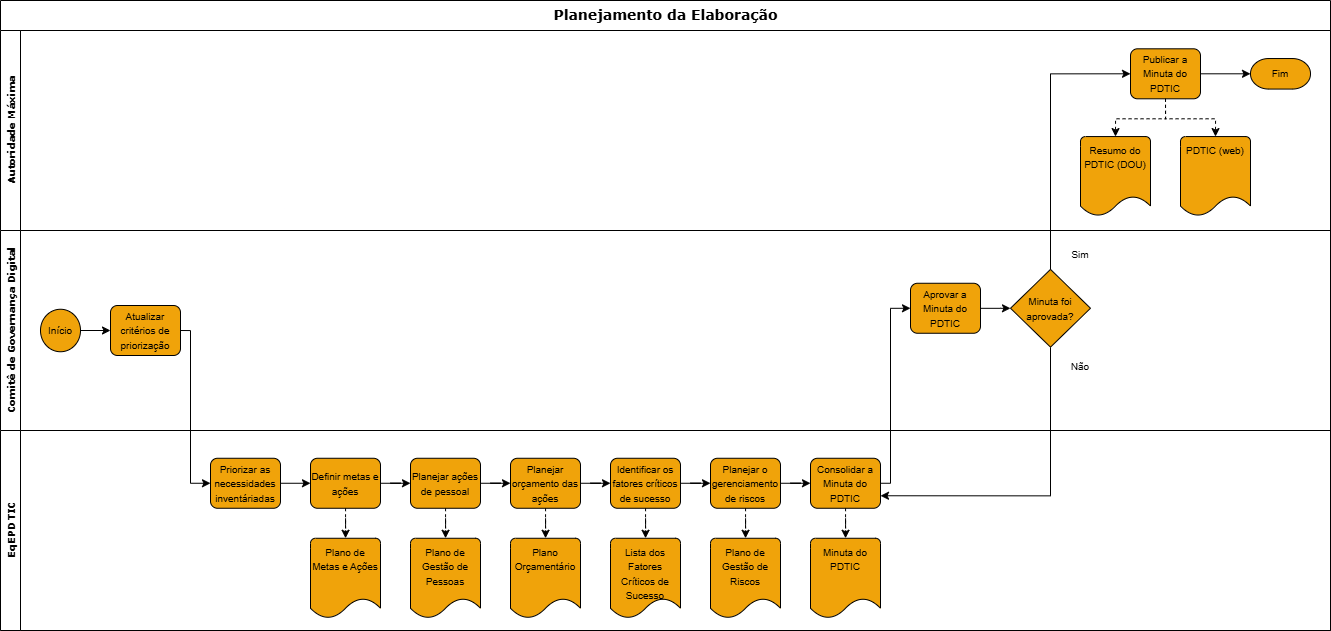
Bariand/diagramas-gestao-ufpel keeps this draw.io diagram as fluxo_elaboracao.drawio.png. Above is the earlier version. Source tidied: cells renumbered, new cells last; positions are measured from the earlier drawing's top-left corner, leaving out a move shared by most shapes.
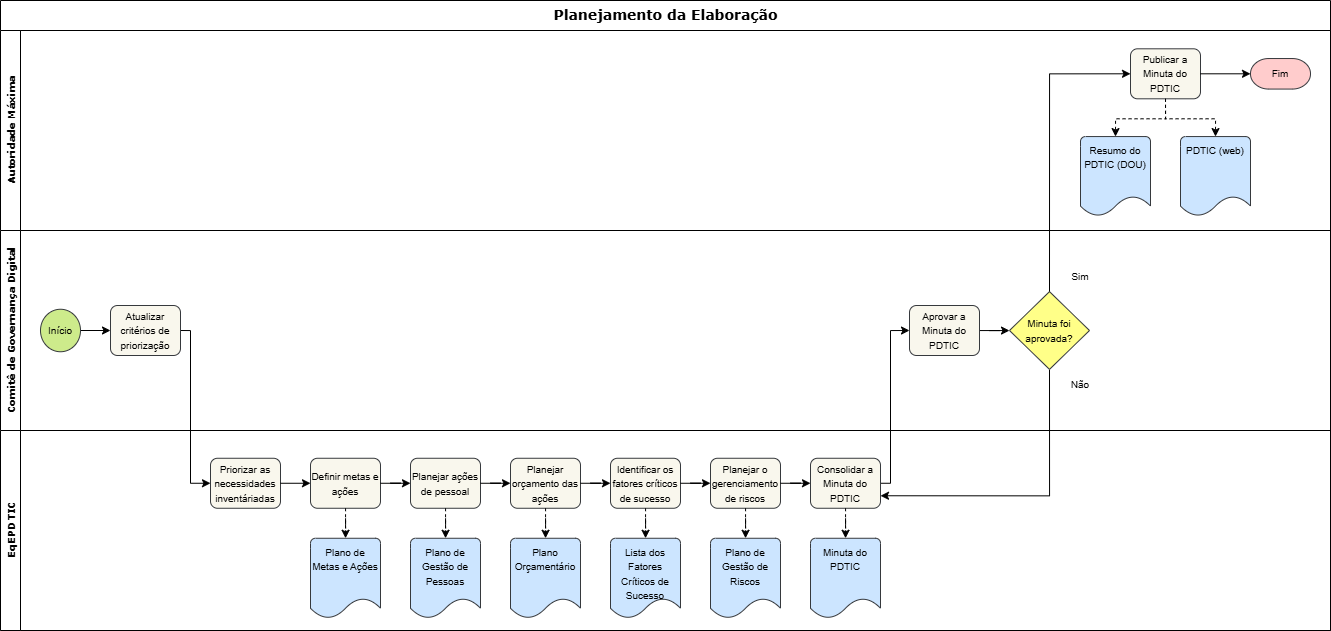
Later version of the same file.

Change to the diagram source:
```diff
@@ -23,16 +23,16 @@
         <mxPoint x="1230" y="38" as="sourcePoint" />
       </mxGeometry>
     </mxCell>
-    <mxCell id="7" value="&lt;font style=&quot;font-size: 10px;&quot;&gt;Publicar a Minuta do PDTIC&lt;/font&gt;" style="rounded=1;whiteSpace=wrap;html=1;absoluteArcSize=1;arcSize=14;strokeWidth=1;fillColor=light-dark(#F0A30A,#99CCFF);strokeColor=light-dark(#000000,#000000);swimlaneLine=1;shadow=0;fontColor=light-dark(#000000,#000000);" parent="3" vertex="1">
+    <mxCell id="7" value="&lt;font style=&quot;font-size: 10px;&quot;&gt;Publicar a Minuta do PDTIC&lt;/font&gt;" style="rounded=1;whiteSpace=wrap;html=1;absoluteArcSize=1;arcSize=14;strokeWidth=1;fillColor=#f9f7ed;strokeColor=#36393d;swimlaneLine=1;shadow=0;" parent="3" vertex="1">
       <mxGeometry x="1130" y="18.3" width="70" height="50" as="geometry" />
     </mxCell>
-    <mxCell id="8" value="&lt;font style=&quot;font-size: 10px;&quot;&gt;Resumo do PDTIC (DOU)&lt;/font&gt;" style="strokeWidth=1;html=1;shape=mxgraph.flowchart.document2;whiteSpace=wrap;size=0.25;verticalAlign=top;fillColor=light-dark(#F0A30A,#E5CCFF);strokeColor=light-dark(#000000,#000000);swimlaneLine=1;shadow=0;fontColor=light-dark(#000000,#000000);" parent="3" vertex="1">
+    <mxCell id="8" value="&lt;font style=&quot;font-size: 10px;&quot;&gt;Resumo do PDTIC (DOU)&lt;/font&gt;" style="strokeWidth=1;html=1;shape=mxgraph.flowchart.document2;whiteSpace=wrap;size=0.25;verticalAlign=top;fillColor=#cce5ff;strokeColor=#36393d;swimlaneLine=1;shadow=0;" parent="3" vertex="1">
       <mxGeometry x="1080" y="106.1" width="70" height="79.5" as="geometry" />
     </mxCell>
-    <mxCell id="9" value="&lt;font style=&quot;font-size: 10px;&quot;&gt;PDTIC (web)&lt;/font&gt;" style="strokeWidth=1;html=1;shape=mxgraph.flowchart.document2;whiteSpace=wrap;size=0.25;verticalAlign=top;fillColor=light-dark(#F0A30A,#E5CCFF);strokeColor=light-dark(#000000,#000000);swimlaneLine=1;shadow=0;fontColor=light-dark(#000000,#000000);" parent="3" vertex="1">
+    <mxCell id="9" value="&lt;font style=&quot;font-size: 10px;&quot;&gt;PDTIC (web)&lt;/font&gt;" style="strokeWidth=1;html=1;shape=mxgraph.flowchart.document2;whiteSpace=wrap;size=0.25;verticalAlign=top;fillColor=#cce5ff;strokeColor=#36393d;swimlaneLine=1;shadow=0;" parent="3" vertex="1">
       <mxGeometry x="1180" y="106.1" width="70" height="79.5" as="geometry" />
     </mxCell>
-    <mxCell id="10" value="&lt;font style=&quot;font-size: 10px;&quot;&gt;Fim&lt;/font&gt;" style="strokeWidth=1;html=1;shape=mxgraph.flowchart.terminator;whiteSpace=wrap;fillColor=light-dark(#F0A30A,#FF6666);strokeColor=light-dark(#000000,#000000);swimlaneLine=1;shadow=0;fontColor=light-dark(#000000,#000000);" parent="3" vertex="1">
+    <mxCell id="10" value="&lt;font style=&quot;font-size: 10px;&quot;&gt;Fim&lt;/font&gt;" style="strokeWidth=1;html=1;shape=mxgraph.flowchart.terminator;whiteSpace=wrap;fillColor=#ffcccc;strokeColor=#36393d;swimlaneLine=1;shadow=0;" parent="3" vertex="1">
       <mxGeometry x="1250" y="28" width="60" height="30.5" as="geometry" />
     </mxCell>
     <mxCell id="11" style="edgeStyle=orthogonalEdgeStyle;rounded=0;jettySize=auto;html=1;exitX=0.5;exitY=1;exitDx=0;exitDy=0;entryX=0.5;entryY=0;entryDx=0;entryDy=0;entryPerimeter=0;strokeWidth=1;fillColor=#f0a30a;strokeColor=light-dark(#000000,#000000);swimlaneLine=1;shadow=0;fontColor=light-dark(#000000,#000000);dashed=1;" parent="3" edge="1" source="7" target="8">
@@ -55,7 +55,7 @@
     <mxCell id="16" style="edgeStyle=orthogonalEdgeStyle;rounded=0;jettySize=auto;html=1;exitX=1;exitY=0.5;exitDx=0;exitDy=0;exitPerimeter=0;entryX=0;entryY=0.5;entryDx=0;entryDy=0;strokeWidth=1;fillColor=#f0a30a;strokeColor=light-dark(#000000,#000000);swimlaneLine=1;shadow=0;fontColor=light-dark(#000000,#000000);" parent="14" edge="1" source="17" target="19">
       <mxGeometry relative="1" as="geometry" />
     </mxCell>
-    <mxCell id="17" value="&lt;font style=&quot;font-size: 10px;&quot;&gt;Início&lt;/font&gt;" style="strokeWidth=1;html=1;shape=mxgraph.flowchart.start_2;whiteSpace=wrap;fillColor=light-dark(#F0A30A,#B3FF66);strokeColor=light-dark(#000000,#000000);swimlaneLine=1;shadow=0;fontColor=light-dark(#000000,#000000);" parent="14" vertex="1">
+    <mxCell id="17" value="&lt;font style=&quot;font-size: 10px;&quot;&gt;Início&lt;/font&gt;" style="strokeWidth=1;html=1;shape=mxgraph.flowchart.start_2;whiteSpace=wrap;fillColor=#cdeb8b;strokeColor=#36393d;swimlaneLine=1;shadow=0;" parent="14" vertex="1">
       <mxGeometry x="40" y="78.8" width="40" height="42.5" as="geometry" />
     </mxCell>
     <mxCell id="18" style="edgeStyle=orthogonalEdgeStyle;rounded=0;jettySize=auto;html=1;exitX=1;exitY=0.5;exitDx=0;exitDy=0;entryX=0;entryY=0.5;entryDx=0;entryDy=0;strokeWidth=1;fillColor=#f0a30a;strokeColor=light-dark(#000000,#000000);swimlaneLine=1;shadow=0;fontColor=light-dark(#000000,#000000);" parent="14" edge="1" source="19" target="20">
@@ -66,67 +66,67 @@
         </Array>
       </mxGeometry>
     </mxCell>
-    <mxCell id="19" value="&lt;font style=&quot;font-size: 10px;&quot;&gt;Atualizar critérios de priorização&lt;/font&gt;" style="rounded=1;whiteSpace=wrap;html=1;absoluteArcSize=1;arcSize=14;strokeWidth=1;fillColor=light-dark(#F0A30A,#99CCFF);strokeColor=light-dark(#000000,#000000);swimlaneLine=1;shadow=0;fontColor=light-dark(#000000,#000000);" parent="14" vertex="1">
+    <mxCell id="19" value="&lt;font style=&quot;font-size: 10px;&quot;&gt;Atualizar critérios de priorização&lt;/font&gt;" style="rounded=1;whiteSpace=wrap;html=1;absoluteArcSize=1;arcSize=14;strokeWidth=1;fillColor=#f9f7ed;strokeColor=#36393d;swimlaneLine=1;shadow=0;" parent="14" vertex="1">
       <mxGeometry x="110" y="75" width="70" height="50" as="geometry" />
     </mxCell>
-    <mxCell id="20" value="&lt;font style=&quot;font-size: 10px;&quot;&gt;Priorizar as necessidades inventáriadas&lt;/font&gt;" style="rounded=1;whiteSpace=wrap;html=1;absoluteArcSize=1;arcSize=14;strokeWidth=1;fillColor=light-dark(#F0A30A,#99CCFF);strokeColor=light-dark(#000000,#000000);swimlaneLine=1;shadow=0;fontColor=light-dark(#000000,#000000);" parent="14" vertex="1">
+    <mxCell id="20" value="&lt;font style=&quot;font-size: 10px;&quot;&gt;Priorizar as necessidades inventáriadas&lt;/font&gt;" style="rounded=1;whiteSpace=wrap;html=1;absoluteArcSize=1;arcSize=14;strokeWidth=1;fillColor=#f9f7ed;strokeColor=#36393d;swimlaneLine=1;shadow=0;" parent="14" vertex="1">
       <mxGeometry x="210" y="227.8" width="70" height="50" as="geometry" />
     </mxCell>
-    <mxCell id="21" value="&lt;font style=&quot;font-size: 10px;&quot;&gt;Definir metas e ações&lt;/font&gt;" style="rounded=1;whiteSpace=wrap;html=1;absoluteArcSize=1;arcSize=14;strokeWidth=1;fillColor=light-dark(#F0A30A,#99CCFF);strokeColor=light-dark(#000000,#000000);swimlaneLine=1;shadow=0;fontColor=light-dark(#000000,#000000);" parent="14" vertex="1">
+    <mxCell id="21" value="&lt;font style=&quot;font-size: 10px;&quot;&gt;Definir metas e ações&lt;/font&gt;" style="rounded=1;whiteSpace=wrap;html=1;absoluteArcSize=1;arcSize=14;strokeWidth=1;fillColor=#f9f7ed;strokeColor=#36393d;swimlaneLine=1;shadow=0;" parent="14" vertex="1">
       <mxGeometry x="310" y="227.8" width="70" height="50" as="geometry" />
     </mxCell>
-    <mxCell id="22" value="&lt;font style=&quot;font-size: 10px;&quot;&gt;Plano de Metas e Ações&lt;/font&gt;" style="strokeWidth=1;html=1;shape=mxgraph.flowchart.document2;whiteSpace=wrap;size=0.25;verticalAlign=top;fillColor=light-dark(#F0A30A,#E5CCFF);strokeColor=light-dark(#000000,#000000);swimlaneLine=1;shadow=0;fontColor=light-dark(#000000,#000000);" parent="14" vertex="1">
+    <mxCell id="22" value="&lt;font style=&quot;font-size: 10px;&quot;&gt;Plano de Metas e Ações&lt;/font&gt;" style="strokeWidth=1;html=1;shape=mxgraph.flowchart.document2;whiteSpace=wrap;size=0.25;verticalAlign=top;fillColor=#cce5ff;strokeColor=#36393d;swimlaneLine=1;shadow=0;" parent="14" vertex="1">
       <mxGeometry x="310" y="307.8" width="70" height="80" as="geometry" />
     </mxCell>
-    <mxCell id="23" value="&lt;font style=&quot;font-size: 10px;&quot;&gt;Planejar ações de pessoal&lt;/font&gt;" style="rounded=1;whiteSpace=wrap;html=1;absoluteArcSize=1;arcSize=14;strokeWidth=1;fillColor=light-dark(#F0A30A,#99CCFF);strokeColor=light-dark(#000000,#000000);swimlaneLine=1;shadow=0;fontColor=light-dark(#000000,#000000);" parent="14" vertex="1">
+    <mxCell id="23" value="&lt;font style=&quot;font-size: 10px;&quot;&gt;Planejar ações de pessoal&lt;/font&gt;" style="rounded=1;whiteSpace=wrap;html=1;absoluteArcSize=1;arcSize=14;strokeWidth=1;fillColor=#f9f7ed;strokeColor=#36393d;swimlaneLine=1;shadow=0;" parent="14" vertex="1">
       <mxGeometry x="410" y="227.8" width="70" height="50" as="geometry" />
     </mxCell>
-    <mxCell id="24" value="&lt;font style=&quot;font-size: 10px;&quot;&gt;Plano de Gestão de Pessoas&lt;/font&gt;" style="strokeWidth=1;html=1;shape=mxgraph.flowchart.document2;whiteSpace=wrap;size=0.25;verticalAlign=top;fillColor=light-dark(#F0A30A,#E5CCFF);strokeColor=light-dark(#000000,#000000);swimlaneLine=1;shadow=0;fontColor=light-dark(#000000,#000000);" parent="14" vertex="1">
+    <mxCell id="24" value="&lt;font style=&quot;font-size: 10px;&quot;&gt;Plano de Gestão de Pessoas&lt;/font&gt;" style="strokeWidth=1;html=1;shape=mxgraph.flowchart.document2;whiteSpace=wrap;size=0.25;verticalAlign=top;fillColor=#cce5ff;strokeColor=#36393d;swimlaneLine=1;shadow=0;" parent="14" vertex="1">
       <mxGeometry x="410" y="307.8" width="70" height="80" as="geometry" />
     </mxCell>
-    <mxCell id="25" value="&lt;font style=&quot;font-size: 10px;&quot;&gt;Planejar orçamento das ações&lt;/font&gt;" style="rounded=1;whiteSpace=wrap;html=1;absoluteArcSize=1;arcSize=14;strokeWidth=1;fillColor=light-dark(#F0A30A,#99CCFF);strokeColor=light-dark(#000000,#000000);swimlaneLine=1;shadow=0;fontColor=light-dark(#000000,#000000);" parent="14" vertex="1">
+    <mxCell id="25" value="&lt;font style=&quot;font-size: 10px;&quot;&gt;Planejar orçamento das ações&lt;/font&gt;" style="rounded=1;whiteSpace=wrap;html=1;absoluteArcSize=1;arcSize=14;strokeWidth=1;fillColor=#f9f7ed;strokeColor=#36393d;swimlaneLine=1;shadow=0;" parent="14" vertex="1">
       <mxGeometry x="510" y="227.8" width="70" height="50" as="geometry" />
     </mxCell>
-    <mxCell id="26" value="&lt;font style=&quot;font-size: 10px;&quot;&gt;Plano Orçamentário&lt;/font&gt;" style="strokeWidth=1;html=1;shape=mxgraph.flowchart.document2;whiteSpace=wrap;size=0.25;verticalAlign=top;fillColor=light-dark(#F0A30A,#E5CCFF);strokeColor=light-dark(#000000,#000000);swimlaneLine=1;shadow=0;fontColor=light-dark(#000000,#000000);" parent="14" vertex="1">
+    <mxCell id="26" value="&lt;font style=&quot;font-size: 10px;&quot;&gt;Plano Orçamentário&lt;/font&gt;" style="strokeWidth=1;html=1;shape=mxgraph.flowchart.document2;whiteSpace=wrap;size=0.25;verticalAlign=top;fillColor=#cce5ff;strokeColor=#36393d;swimlaneLine=1;shadow=0;" parent="14" vertex="1">
       <mxGeometry x="510" y="307.8" width="70" height="80" as="geometry" />
     </mxCell>
-    <mxCell id="27" value="&lt;font style=&quot;font-size: 10px;&quot;&gt;Lista dos Fatores Críticos de Sucesso&lt;/font&gt;" style="strokeWidth=1;html=1;shape=mxgraph.flowchart.document2;whiteSpace=wrap;size=0.25;verticalAlign=top;fillColor=light-dark(#F0A30A,#E5CCFF);strokeColor=light-dark(#000000,#000000);swimlaneLine=1;shadow=0;fontColor=light-dark(#000000,#000000);" parent="14" vertex="1">
+    <mxCell id="27" value="&lt;font style=&quot;font-size: 10px;&quot;&gt;Lista dos Fatores Críticos de Sucesso&lt;/font&gt;" style="strokeWidth=1;html=1;shape=mxgraph.flowchart.document2;whiteSpace=wrap;size=0.25;verticalAlign=top;fillColor=#cce5ff;strokeColor=#36393d;swimlaneLine=1;shadow=0;" parent="14" vertex="1">
       <mxGeometry x="610" y="307.8" width="70" height="80" as="geometry" />
     </mxCell>
-    <mxCell id="28" value="&lt;font style=&quot;font-size: 10px;&quot;&gt;Identificar os fatores críticos de sucesso&lt;/font&gt;" style="rounded=1;whiteSpace=wrap;html=1;absoluteArcSize=1;arcSize=14;strokeWidth=1;fillColor=light-dark(#F0A30A,#99CCFF);strokeColor=light-dark(#000000,#000000);swimlaneLine=1;shadow=0;fontColor=light-dark(#000000,#000000);" parent="14" vertex="1">
+    <mxCell id="28" value="&lt;font style=&quot;font-size: 10px;&quot;&gt;Identificar os fatores críticos de sucesso&lt;/font&gt;" style="rounded=1;whiteSpace=wrap;html=1;absoluteArcSize=1;arcSize=14;strokeWidth=1;fillColor=#f9f7ed;strokeColor=#36393d;swimlaneLine=1;shadow=0;" parent="14" vertex="1">
       <mxGeometry x="610" y="227.8" width="70" height="50" as="geometry" />
     </mxCell>
-    <mxCell id="29" value="&lt;font style=&quot;font-size: 10px;&quot;&gt;Planejar o gerenciamento de riscos&lt;/font&gt;" style="rounded=1;whiteSpace=wrap;html=1;absoluteArcSize=1;arcSize=14;strokeWidth=1;fillColor=light-dark(#F0A30A,#99CCFF);strokeColor=light-dark(#000000,#000000);swimlaneLine=1;shadow=0;fontColor=light-dark(#000000,#000000);" parent="14" vertex="1">
+    <mxCell id="29" value="&lt;font style=&quot;font-size: 10px;&quot;&gt;Planejar o gerenciamento de riscos&lt;/font&gt;" style="rounded=1;whiteSpace=wrap;html=1;absoluteArcSize=1;arcSize=14;strokeWidth=1;fillColor=#f9f7ed;strokeColor=#36393d;swimlaneLine=1;shadow=0;" parent="14" vertex="1">
       <mxGeometry x="710" y="227.8" width="70" height="50" as="geometry" />
     </mxCell>
-    <mxCell id="30" value="&lt;font style=&quot;font-size: 10px;&quot;&gt;Plano de Gestão de Riscos&lt;/font&gt;" style="strokeWidth=1;html=1;shape=mxgraph.flowchart.document2;whiteSpace=wrap;size=0.25;verticalAlign=top;fillColor=light-dark(#F0A30A,#E5CCFF);strokeColor=light-dark(#000000,#000000);swimlaneLine=1;shadow=0;fontColor=light-dark(#000000,#000000);" parent="14" vertex="1">
+    <mxCell id="30" value="&lt;font style=&quot;font-size: 10px;&quot;&gt;Plano de Gestão de Riscos&lt;/font&gt;" style="strokeWidth=1;html=1;shape=mxgraph.flowchart.document2;whiteSpace=wrap;size=0.25;verticalAlign=top;fillColor=#cce5ff;strokeColor=#36393d;swimlaneLine=1;shadow=0;" parent="14" vertex="1">
       <mxGeometry x="710" y="307.8" width="70" height="80" as="geometry" />
     </mxCell>
-    <mxCell id="31" value="&lt;font style=&quot;font-size: 10px;&quot;&gt;Minuta do PDTIC&lt;/font&gt;" style="strokeWidth=1;html=1;shape=mxgraph.flowchart.document2;whiteSpace=wrap;size=0.25;verticalAlign=top;fillColor=light-dark(#F0A30A,#E5CCFF);strokeColor=light-dark(#000000,#000000);swimlaneLine=1;shadow=0;fontColor=light-dark(#000000,#000000);" parent="14" vertex="1">
+    <mxCell id="31" value="&lt;font style=&quot;font-size: 10px;&quot;&gt;Minuta do PDTIC&lt;/font&gt;" style="strokeWidth=1;html=1;shape=mxgraph.flowchart.document2;whiteSpace=wrap;size=0.25;verticalAlign=top;fillColor=#cce5ff;strokeColor=#36393d;swimlaneLine=1;shadow=0;" parent="14" vertex="1">
       <mxGeometry x="810" y="307.8" width="70" height="80" as="geometry" />
     </mxCell>
     <mxCell id="32" style="edgeStyle=orthogonalEdgeStyle;rounded=0;jettySize=auto;html=1;exitX=1;exitY=0.5;exitDx=0;exitDy=0;entryX=0;entryY=0.5;entryDx=0;entryDy=0;strokeWidth=1;fillColor=#f0a30a;strokeColor=light-dark(#000000,#000000);swimlaneLine=1;shadow=0;fontColor=light-dark(#000000,#000000);" parent="14" edge="1" source="33" target="35">
       <mxGeometry relative="1" as="geometry">
         <Array as="points">
           <mxPoint x="890" y="253" />
-          <mxPoint x="890" y="78" />
+          <mxPoint x="890" y="100" />
         </Array>
       </mxGeometry>
     </mxCell>
-    <mxCell id="33" value="&lt;font style=&quot;font-size: 10px;&quot;&gt;Consolidar a Minuta do PDTIC&lt;/font&gt;" style="rounded=1;whiteSpace=wrap;html=1;absoluteArcSize=1;arcSize=14;strokeWidth=1;fillColor=light-dark(#F0A30A,#99CCFF);strokeColor=light-dark(#000000,#000000);swimlaneLine=1;shadow=0;fontColor=light-dark(#000000,#000000);" parent="14" vertex="1">
+    <mxCell id="33" value="&lt;font style=&quot;font-size: 10px;&quot;&gt;Consolidar a Minuta do PDTIC&lt;/font&gt;" style="rounded=1;whiteSpace=wrap;html=1;absoluteArcSize=1;arcSize=14;strokeWidth=1;fillColor=#f9f7ed;strokeColor=#36393d;swimlaneLine=1;shadow=0;" parent="14" vertex="1">
       <mxGeometry x="810" y="227.8" width="70" height="50" as="geometry" />
     </mxCell>
     <mxCell id="34" style="edgeStyle=orthogonalEdgeStyle;rounded=0;jettySize=auto;html=1;strokeColor=light-dark(#000000,#000000);" parent="14" edge="1" source="35" target="37">
       <mxGeometry relative="1" as="geometry" />
     </mxCell>
-    <mxCell id="35" value="&lt;font style=&quot;font-size: 10px;&quot;&gt;Aprovar a Minuta do PDTIC&lt;/font&gt;" style="rounded=1;whiteSpace=wrap;html=1;absoluteArcSize=1;arcSize=14;strokeWidth=1;fillColor=light-dark(#F0A30A,#99CCFF);strokeColor=light-dark(#000000,#000000);swimlaneLine=1;shadow=0;fontColor=light-dark(#000000,#000000);" parent="14" vertex="1">
-      <mxGeometry x="910" y="52.8" width="70" height="50" as="geometry" />
+    <mxCell id="35" value="&lt;font style=&quot;font-size: 10px;&quot;&gt;Aprovar a Minuta do PDTIC&lt;/font&gt;" style="rounded=1;whiteSpace=wrap;html=1;absoluteArcSize=1;arcSize=14;strokeWidth=1;fillColor=#f9f7ed;strokeColor=#36393d;swimlaneLine=1;shadow=0;" parent="14" vertex="1">
+      <mxGeometry x="909" y="75" width="70" height="50" as="geometry" />
     </mxCell>
     <mxCell id="36" style="edgeStyle=orthogonalEdgeStyle;rounded=0;jettySize=auto;html=1;exitX=0.5;exitY=1;exitDx=0;exitDy=0;exitPerimeter=0;entryX=1;entryY=0.75;entryDx=0;entryDy=0;strokeColor=light-dark(#000000,#000000);" parent="14" edge="1" source="37" target="33">
       <mxGeometry relative="1" as="geometry" />
     </mxCell>
-    <mxCell id="37" value="&lt;font style=&quot;font-size: 10px;&quot;&gt;Minuta foi aprovada?&lt;/font&gt;" style="strokeWidth=1;html=1;shape=mxgraph.flowchart.decision;whiteSpace=wrap;fillColor=light-dark(#F0A30A,#FFD966);strokeColor=light-dark(#000000,#000000);swimlaneLine=1;shadow=0;fontColor=light-dark(#000000,#000000);" parent="14" vertex="1">
-      <mxGeometry x="1010" y="38.9" width="80" height="77.8" as="geometry" />
+    <mxCell id="37" value="&lt;font style=&quot;font-size: 10px;&quot;&gt;Minuta foi aprovada?&lt;/font&gt;" style="strokeWidth=1;html=1;shape=mxgraph.flowchart.decision;whiteSpace=wrap;fillColor=#ffff88;strokeColor=#36393d;swimlaneLine=1;shadow=0;" parent="14" vertex="1">
+      <mxGeometry x="1009" y="61.1" width="80" height="77.8" as="geometry" />
     </mxCell>
     <mxCell id="38" style="edgeStyle=orthogonalEdgeStyle;rounded=0;jettySize=auto;html=1;exitX=1;exitY=0.5;exitDx=0;exitDy=0;entryX=0;entryY=0.5;entryDx=0;entryDy=0;strokeWidth=1;fillColor=#f0a30a;strokeColor=light-dark(#000000,#000000);swimlaneLine=1;shadow=0;fontColor=light-dark(#000000,#000000);" parent="14" edge="1" source="20" target="21">
       <mxGeometry relative="1" as="geometry" />
@@ -165,10 +165,10 @@
       <mxGeometry relative="1" as="geometry" />
     </mxCell>
     <mxCell id="50" value="&lt;font style=&quot;color: light-dark(rgb(0, 0, 0), rgb(0, 0, 0)); font-size: 10px;&quot;&gt;Sim&lt;/font&gt;" style="text;html=1;align=center;verticalAlign=middle;whiteSpace=wrap;rounded=0;" parent="14" vertex="1">
-      <mxGeometry x="1050" y="8.9" width="60" height="30" as="geometry" />
+      <mxGeometry x="1050" y="31.1" width="60" height="30" as="geometry" />
     </mxCell>
     <mxCell id="51" value="&lt;font style=&quot;color: light-dark(rgb(0, 0, 0), rgb(0, 0, 0)); font-size: 10px;&quot;&gt;Não&lt;/font&gt;" style="text;html=1;align=center;verticalAlign=middle;whiteSpace=wrap;rounded=0;" parent="14" vertex="1">
-      <mxGeometry x="1050" y="121.2" width="60" height="30" as="geometry" />
+      <mxGeometry x="1050" y="138.9" width="60" height="30" as="geometry" />
     </mxCell>
     <mxCell id="52" value="&lt;font style=&quot;font-size: 10px;&quot;&gt;EqEPDTIC&lt;/font&gt;" style="swimlane;html=1;startSize=20;horizontal=0;fontFamily=Verdana;fontSize=7;strokeWidth=1;fillColor=light-dark(#FFFFFF,#FFFFFF);strokeColor=light-dark(#000000,#000000);swimlaneLine=1;shadow=0;fontColor=light-dark(#000000,#000000);" parent="1" vertex="1">
       <mxGeometry y="430" width="1330" height="200" as="geometry" />
```
